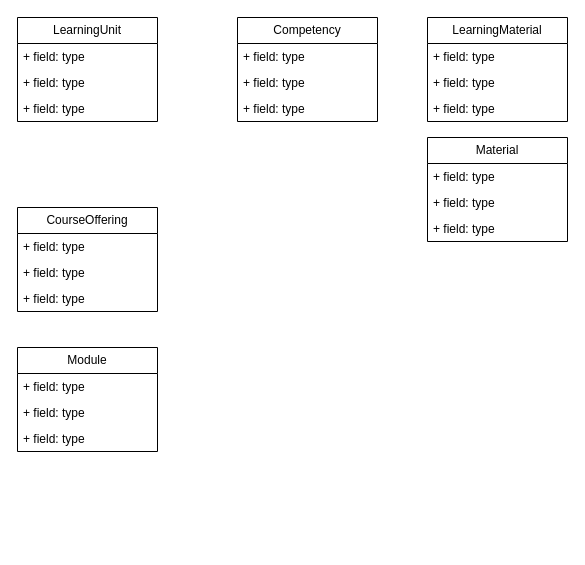
The draw.io diagram Domain_Model_lcms.drawio in MarkTkachov/lcms_diagrams, before the edit. Source tidied: cells renumbered, new cells numbered last; positions are measured from the earlier drawing's top-left corner, leaving out a move shared by most shapes. Both pictures are drawn from the tidied source at 100%, with x=0, y=0 at pixel (17, 17).
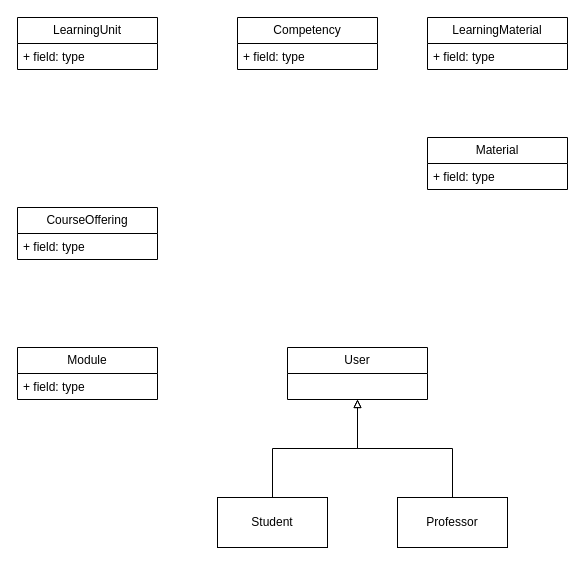
The same page after the edit.

Change to the diagram source:
```diff
@@
     <mxCell id="2" value="LearningUnit" style="swimlane;fontStyle=0;horizontal=1;startSize=26;fillColor=none;whiteSpace=wrap;html=1;" parent="1" vertex="1">
-      <mxGeometry width="140" height="104" as="geometry" />
+      <mxGeometry width="140" height="52" as="geometry" />
     </mxCell>
-    <mxCell id="3" value="+ field: type" style="text;strokeColor=none;fillColor=none;align=left;verticalAlign=top;spacingLeft=4;spacingRight=4;overflow=hidden;whiteSpace=wrap;html=1;" parent="2" vertex="1">
-      <mxGeometry y="26" width="140" height="26" as="geometry" />
-    </mxCell>
-    <mxCell id="4" value="+ field: type" style="text;strokeColor=none;fillColor=none;align=left;verticalAlign=top;spacingLeft=4;spacingRight=4;overflow=hidden;whiteSpace=wrap;html=1;" parent="2" vertex="1">
-      <mxGeometry y="52" width="140" height="26" as="geometry" />
-    </mxCell>
     <mxCell id="5" value="+ field: type" style="text;strokeColor=none;fillColor=none;align=left;verticalAlign=top;spacingLeft=4;spacingRight=4;overflow=hidden;whiteSpace=wrap;html=1;" parent="2" vertex="1">
-      <mxGeometry y="78" width="140" height="26" as="geometry" />
+      <mxGeometry y="26" width="140" height="26" as="geometry" />
     </mxCell>
     <mxCell id="6" value="Competency" style="swimlane;fontStyle=0;horizontal=1;startSize=26;fillColor=none;whiteSpace=wrap;html=1;" parent="1" vertex="1">
-      <mxGeometry x="220" width="140" height="104" as="geometry" />
+      <mxGeometry x="220" width="140" height="52" as="geometry" />
     </mxCell>
-    <mxCell id="7" value="+ field: type" style="text;strokeColor=none;fillColor=none;align=left;verticalAlign=top;spacingLeft=4;spacingRight=4;overflow=hidden;whiteSpace=wrap;html=1;" parent="6" vertex="1">
-      <mxGeometry y="26" width="140" height="26" as="geometry" />
-    </mxCell>
-    <mxCell id="8" value="+ field: type" style="text;strokeColor=none;fillColor=none;align=left;verticalAlign=top;spacingLeft=4;spacingRight=4;overflow=hidden;whiteSpace=wrap;html=1;" parent="6" vertex="1">
-      <mxGeometry y="52" width="140" height="26" as="geometry" />
-    </mxCell>
     <mxCell id="9" value="+ field: type" style="text;strokeColor=none;fillColor=none;align=left;verticalAlign=top;spacingLeft=4;spacingRight=4;overflow=hidden;whiteSpace=wrap;html=1;" parent="6" vertex="1">
-      <mxGeometry y="78" width="140" height="26" as="geometry" />
+      <mxGeometry y="26" width="140" height="26" as="geometry" />
     </mxCell>
     <mxCell id="10" value="LearningMaterial" style="swimlane;fontStyle=0;horizontal=1;startSize=26;fillColor=none;whiteSpace=wrap;html=1;" parent="1" vertex="1">
-      <mxGeometry x="410" width="140" height="104" as="geometry" />
+      <mxGeometry x="410" width="140" height="52" as="geometry" />
     </mxCell>
-    <mxCell id="11" value="+ field: type" style="text;strokeColor=none;fillColor=none;align=left;verticalAlign=top;spacingLeft=4;spacingRight=4;overflow=hidden;whiteSpace=wrap;html=1;" parent="10" vertex="1">
-      <mxGeometry y="26" width="140" height="26" as="geometry" />
-    </mxCell>
-    <mxCell id="12" value="+ field: type" style="text;strokeColor=none;fillColor=none;align=left;verticalAlign=top;spacingLeft=4;spacingRight=4;overflow=hidden;whiteSpace=wrap;html=1;" parent="10" vertex="1">
-      <mxGeometry y="52" width="140" height="26" as="geometry" />
-    </mxCell>
     <mxCell id="13" value="+ field: type" style="text;strokeColor=none;fillColor=none;align=left;verticalAlign=top;spacingLeft=4;spacingRight=4;overflow=hidden;whiteSpace=wrap;html=1;" parent="10" vertex="1">
-      <mxGeometry y="78" width="140" height="26" as="geometry" />
+      <mxGeometry y="26" width="140" height="26" as="geometry" />
     </mxCell>
     <mxCell id="14" value="Material" style="swimlane;fontStyle=0;horizontal=1;startSize=26;fillColor=none;whiteSpace=wrap;html=1;" parent="1" vertex="1">
-      <mxGeometry x="410" y="120" width="140" height="104" as="geometry" />
+      <mxGeometry x="410" y="120" width="140" height="52" as="geometry" />
     </mxCell>
-    <mxCell id="15" value="+ field: type" style="text;strokeColor=none;fillColor=none;align=left;verticalAlign=top;spacingLeft=4;spacingRight=4;overflow=hidden;whiteSpace=wrap;html=1;" parent="14" vertex="1">
-      <mxGeometry y="26" width="140" height="26" as="geometry" />
-    </mxCell>
-    <mxCell id="16" value="+ field: type" style="text;strokeColor=none;fillColor=none;align=left;verticalAlign=top;spacingLeft=4;spacingRight=4;overflow=hidden;whiteSpace=wrap;html=1;" parent="14" vertex="1">
-      <mxGeometry y="52" width="140" height="26" as="geometry" />
-    </mxCell>
     <mxCell id="17" value="+ field: type" style="text;strokeColor=none;fillColor=none;align=left;verticalAlign=top;spacingLeft=4;spacingRight=4;overflow=hidden;whiteSpace=wrap;html=1;" parent="14" vertex="1">
-      <mxGeometry y="78" width="140" height="26" as="geometry" />
+      <mxGeometry y="26" width="140" height="26" as="geometry" />
     </mxCell>
     <mxCell id="18" value="CourseOffering" style="swimlane;fontStyle=0;horizontal=1;startSize=26;fillColor=none;whiteSpace=wrap;html=1;" parent="1" vertex="1">
-      <mxGeometry y="190" width="140" height="104" as="geometry" />
+      <mxGeometry y="190" width="140" height="52" as="geometry" />
     </mxCell>
-    <mxCell id="19" value="+ field: type" style="text;strokeColor=none;fillColor=none;align=left;verticalAlign=top;spacingLeft=4;spacingRight=4;overflow=hidden;whiteSpace=wrap;html=1;" parent="18" vertex="1">
-      <mxGeometry y="26" width="140" height="26" as="geometry" />
-    </mxCell>
-    <mxCell id="20" value="+ field: type" style="text;strokeColor=none;fillColor=none;align=left;verticalAlign=top;spacingLeft=4;spacingRight=4;overflow=hidden;whiteSpace=wrap;html=1;" parent="18" vertex="1">
-      <mxGeometry y="52" width="140" height="26" as="geometry" />
-    </mxCell>
     <mxCell id="21" value="+ field: type" style="text;strokeColor=none;fillColor=none;align=left;verticalAlign=top;spacingLeft=4;spacingRight=4;overflow=hidden;whiteSpace=wrap;html=1;" parent="18" vertex="1">
-      <mxGeometry y="78" width="140" height="26" as="geometry" />
+      <mxGeometry y="26" width="140" height="26" as="geometry" />
     </mxCell>
     <mxCell id="22" value="Module" style="swimlane;fontStyle=0;horizontal=1;startSize=26;fillColor=none;whiteSpace=wrap;html=1;" parent="1" vertex="1">
-      <mxGeometry y="330" width="140" height="104" as="geometry" />
+      <mxGeometry y="330" width="140" height="52" as="geometry" />
     </mxCell>
-    <mxCell id="23" value="+ field: type" style="text;strokeColor=none;fillColor=none;align=left;verticalAlign=top;spacingLeft=4;spacingRight=4;overflow=hidden;whiteSpace=wrap;html=1;" parent="22" vertex="1">
-      <mxGeometry y="26" width="140" height="26" as="geometry" />
-    </mxCell>
-    <mxCell id="24" value="+ field: type" style="text;strokeColor=none;fillColor=none;align=left;verticalAlign=top;spacingLeft=4;spacingRight=4;overflow=hidden;whiteSpace=wrap;html=1;" parent="22" vertex="1">
-      <mxGeometry y="52" width="140" height="26" as="geometry" />
-    </mxCell>
     <mxCell id="25" value="+ field: type" style="text;strokeColor=none;fillColor=none;align=left;verticalAlign=top;spacingLeft=4;spacingRight=4;overflow=hidden;whiteSpace=wrap;html=1;" parent="22" vertex="1">
-      <mxGeometry y="78" width="140" height="26" as="geometry" />
+      <mxGeometry y="26" width="140" height="26" as="geometry" />
     </mxCell>
+    <mxCell id="26" value="User" style="swimlane;fontStyle=0;horizontal=1;startSize=26;fillColor=none;whiteSpace=wrap;html=1;" parent="1" vertex="1">
+      <mxGeometry x="270" y="330" width="140" height="52" as="geometry" />
+    </mxCell>
+    <mxCell id="27" style="edgeStyle=orthogonalEdgeStyle;rounded=0;jettySize=auto;html=1;endArrow=block;endFill=0;" parent="1" edge="1" source="28" target="26">
+      <mxGeometry relative="1" as="geometry" />
+    </mxCell>
+    <mxCell id="28" value="Student" style="html=1;whiteSpace=wrap;" parent="1" vertex="1">
+      <mxGeometry x="200" y="480" width="110" height="50" as="geometry" />
+    </mxCell>
+    <mxCell id="29" style="edgeStyle=orthogonalEdgeStyle;rounded=0;jettySize=auto;html=1;endArrow=block;endFill=0;" parent="1" edge="1" source="30" target="26">
+      <mxGeometry relative="1" as="geometry" />
+    </mxCell>
+    <mxCell id="30" value="Professor" style="html=1;whiteSpace=wrap;" parent="1" vertex="1">
+      <mxGeometry x="380" y="480" width="110" height="50" as="geometry" />
+    </mxCell>
```
